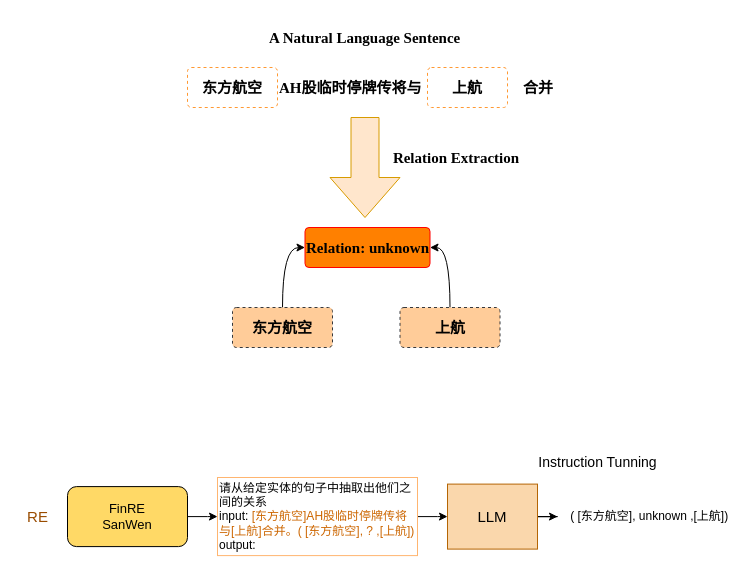
The draw.io diagram 未命名绘图.drawio in SkyuForever/CRE-LLM, before the edit. Source tidied: cells renumbered, new cells numbered last; positions are measured from the earlier drawing's top-left corner, leaving out a move shared by most shapes. Both pictures are drawn from the tidied source at 100%, with x=0, y=0 at pixel (17, 17).
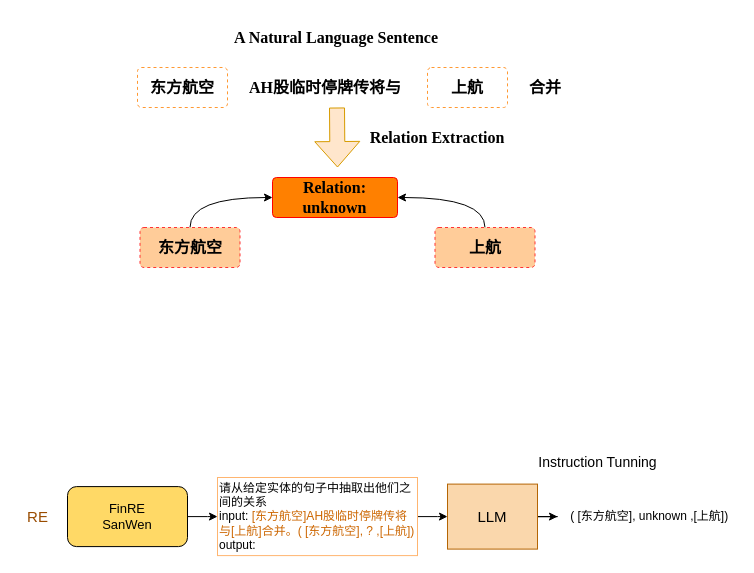
After the change.

Commit message:
更新未命名绘图.drawio

Diff of the diagram source:
```diff
@@
-    <mxCell id="2" value="&lt;font face=&quot;Times New Roman&quot; style=&quot;font-size: 15px;&quot;&gt;AH股临时停牌传将与&lt;/font&gt;" style="whiteSpace=wrap;html=1;align=left;strokeColor=none;fillColor=none;fontSize=15;fontStyle=1;" parent="1" vertex="1">
-      <mxGeometry x="260" y="50" width="150" height="40" as="geometry" />
+    <mxCell id="2" value="&lt;font face=&quot;Times New Roman&quot; style=&quot;font-size: 16px;&quot;&gt;AH股临时停牌传将与&lt;/font&gt;" style="whiteSpace=wrap;html=1;align=left;strokeColor=none;fillColor=none;fontSize=16;fontStyle=1;" parent="1" vertex="1">
+      <mxGeometry x="230" y="50" width="160" height="40" as="geometry" />
     </mxCell>
-    <mxCell id="3" value="东方航空" style="rounded=1;arcSize=10;whiteSpace=wrap;html=1;align=center;dashed=1;strokeColor=#FF9933;fontSize=15;fontStyle=1;" parent="1" vertex="1">
-      <mxGeometry x="170" y="50" width="90" height="40" as="geometry" />
+    <mxCell id="3" value="东方航空" style="rounded=1;arcSize=10;whiteSpace=wrap;html=1;align=center;dashed=1;strokeColor=#FF9933;fontSize=16;fontStyle=1;" parent="1" vertex="1">
+      <mxGeometry x="120" y="50" width="90" height="40" as="geometry" />
     </mxCell>
-    <mxCell id="4" value="上航" style="rounded=1;arcSize=10;whiteSpace=wrap;html=1;align=center;dashed=1;strokeColor=#FF9933;fontSize=15;fontStyle=1;" parent="1" vertex="1">
+    <mxCell id="4" value="上航" style="rounded=1;arcSize=10;whiteSpace=wrap;html=1;align=center;dashed=1;strokeColor=#FF9933;fontSize=16;fontStyle=1;" parent="1" vertex="1">
       <mxGeometry x="410" y="50" width="80" height="40" as="geometry" />
     </mxCell>
-    <mxCell id="5" value="&lt;font style=&quot;font-size: 15px;&quot; face=&quot;Times New Roman&quot;&gt;Relation: unknown&lt;/font&gt;" style="rounded=1;arcSize=10;whiteSpace=wrap;html=1;align=center;fillColor=#FF8000;strokeColor=#FF0000;fontSize=15;fontStyle=1;" parent="1" vertex="1">
-      <mxGeometry x="287.5" y="210" width="125" height="40" as="geometry" />
+    <mxCell id="5" value="&lt;font style=&quot;font-size: 16px;&quot; face=&quot;Times New Roman&quot;&gt;Relation: unknown&lt;/font&gt;" style="rounded=1;arcSize=10;whiteSpace=wrap;html=1;align=center;fillColor=#FF8000;strokeColor=#FF0000;fontSize=16;fontStyle=1;" parent="1" vertex="1">
+      <mxGeometry x="255" y="160" width="125" height="40" as="geometry" />
     </mxCell>
-    <mxCell id="6" value="合并" style="whiteSpace=wrap;html=1;align=left;strokeColor=none;fillColor=none;fontSize=15;fontStyle=1;" parent="1" vertex="1">
-      <mxGeometry x="504" y="50" width="40" height="40" as="geometry" />
+    <mxCell id="6" value="合并" style="whiteSpace=wrap;html=1;align=left;strokeColor=none;fillColor=none;fontSize=16;fontStyle=1;" parent="1" vertex="1">
+      <mxGeometry x="510" y="50" width="40" height="40" as="geometry" />
     </mxCell>
-    <mxCell id="7" value="&lt;font face=&quot;Times New Roman&quot; style=&quot;font-size: 15px;&quot;&gt;A Natural Language Sentence&lt;/font&gt;" style="whiteSpace=wrap;html=1;align=left;strokeColor=none;fillColor=none;fontSize=15;fontStyle=1;" parent="1" vertex="1">
-      <mxGeometry x="250" width="195" height="40" as="geometry" />
+    <mxCell id="7" value="&lt;font face=&quot;Times New Roman&quot; style=&quot;font-size: 16px;&quot;&gt;A Natural Language Sentence&lt;/font&gt;" style="whiteSpace=wrap;html=1;align=left;strokeColor=none;fillColor=none;fontSize=16;fontStyle=1;" parent="1" vertex="1">
+      <mxGeometry x="215" width="210" height="40" as="geometry" />
     </mxCell>
-    <mxCell id="8" style="edgeStyle=orthogonalEdgeStyle;rounded=0;jettySize=auto;html=1;exitX=0.5;exitY=0;exitDx=0;exitDy=0;entryX=0;entryY=0.5;entryDx=0;entryDy=0;curved=1;fontSize=15;fontStyle=1;" parent="1" edge="1" source="9" target="5">
+    <mxCell id="8" style="edgeStyle=orthogonalEdgeStyle;rounded=0;jettySize=auto;html=1;exitX=0.5;exitY=0;exitDx=0;exitDy=0;entryX=0;entryY=0.5;entryDx=0;entryDy=0;curved=1;fontSize=16;fontStyle=1;" parent="1" edge="1" source="9" target="5">
       <mxGeometry relative="1" as="geometry" />
     </mxCell>
-    <mxCell id="9" value="东方航空" style="rounded=1;arcSize=10;whiteSpace=wrap;html=1;align=center;dashed=1;fillColor=#ffcc99;strokeColor=#36393d;fontSize=15;fontStyle=1;" parent="1" vertex="1">
-      <mxGeometry x="215" y="290" width="100" height="40" as="geometry" />
+    <mxCell id="9" value="东方航空" style="rounded=1;arcSize=10;whiteSpace=wrap;html=1;align=center;dashed=1;fillColor=#ffcc99;strokeColor=#FF3333;fontSize=16;fontStyle=1;" parent="1" vertex="1">
+      <mxGeometry x="122.5" y="210" width="100" height="40" as="geometry" />
     </mxCell>
-    <mxCell id="10" style="edgeStyle=orthogonalEdgeStyle;rounded=0;jettySize=auto;html=1;exitX=0.5;exitY=0;exitDx=0;exitDy=0;entryX=1;entryY=0.5;entryDx=0;entryDy=0;curved=1;fontSize=15;fontStyle=1;" parent="1" edge="1" source="11" target="5">
+    <mxCell id="10" style="edgeStyle=orthogonalEdgeStyle;rounded=0;jettySize=auto;html=1;exitX=0.5;exitY=0;exitDx=0;exitDy=0;entryX=1;entryY=0.5;entryDx=0;entryDy=0;curved=1;fontSize=16;fontStyle=1;" parent="1" edge="1" source="11" target="5">
       <mxGeometry relative="1" as="geometry" />
     </mxCell>
-    <mxCell id="11" value="上航" style="rounded=1;arcSize=10;whiteSpace=wrap;html=1;align=center;dashed=1;fillColor=#ffcc99;strokeColor=#36393d;fontSize=15;fontStyle=1;" parent="1" vertex="1">
-      <mxGeometry x="382.5" y="290" width="100" height="40" as="geometry" />
+    <mxCell id="11" value="上航" style="rounded=1;arcSize=10;whiteSpace=wrap;html=1;align=center;dashed=1;fillColor=#ffcc99;strokeColor=#FF3333;fontSize=16;fontStyle=1;" parent="1" vertex="1">
+      <mxGeometry x="417.5" y="210" width="100" height="40" as="geometry" />
     </mxCell>
-    <mxCell id="12" style="html=1;shadow=0;dashed=0;align=center;verticalAlign=middle;shape=mxgraph.arrows2.arrow;dy=0.6;dx=40;direction=south;notch=0;fillColor=#ffe6cc;strokeColor=#d79b00;fontSize=15;fontStyle=1;" parent="1" vertex="1">
-      <mxGeometry x="312.5" y="100" width="70" height="100" as="geometry" />
-    </mxCell>
-    <mxCell id="13" value="&lt;font face=&quot;Times New Roman&quot; style=&quot;font-size: 15px;&quot;&gt;Relation Extraction&lt;/font&gt;" style="text;html=1;strokeColor=none;fillColor=none;align=center;verticalAlign=middle;whiteSpace=wrap;rounded=0;fontSize=15;fontStyle=1;" parent="1" vertex="1">
-      <mxGeometry x="374" y="120" width="130" height="40" as="geometry" />
+    <mxCell id="13" value="&lt;font face=&quot;Times New Roman&quot; style=&quot;font-size: 16px;&quot;&gt;Relation Extraction&lt;/font&gt;" style="text;html=1;strokeColor=none;fillColor=none;align=center;verticalAlign=middle;whiteSpace=wrap;rounded=0;fontSize=16;fontStyle=1;" parent="1" vertex="1">
+      <mxGeometry x="350" y="100" width="140" height="40" as="geometry" />
     </mxCell>
+    <mxCell id="23" style="shape=flexArrow;endArrow=classic;html=1;rounded=0;fillColor=#FFE6CC;strokeColor=#D79B00;endWidth=29;endSize=8.15;width=15;fontSize=16;" parent="1" edge="1">
+      <mxGeometry relative="1" as="geometry">
+        <mxPoint x="319.5" y="90" as="sourcePoint" />
+        <mxPoint x="320" y="150" as="targetPoint" />
+      </mxGeometry>
+    </mxCell>
```
